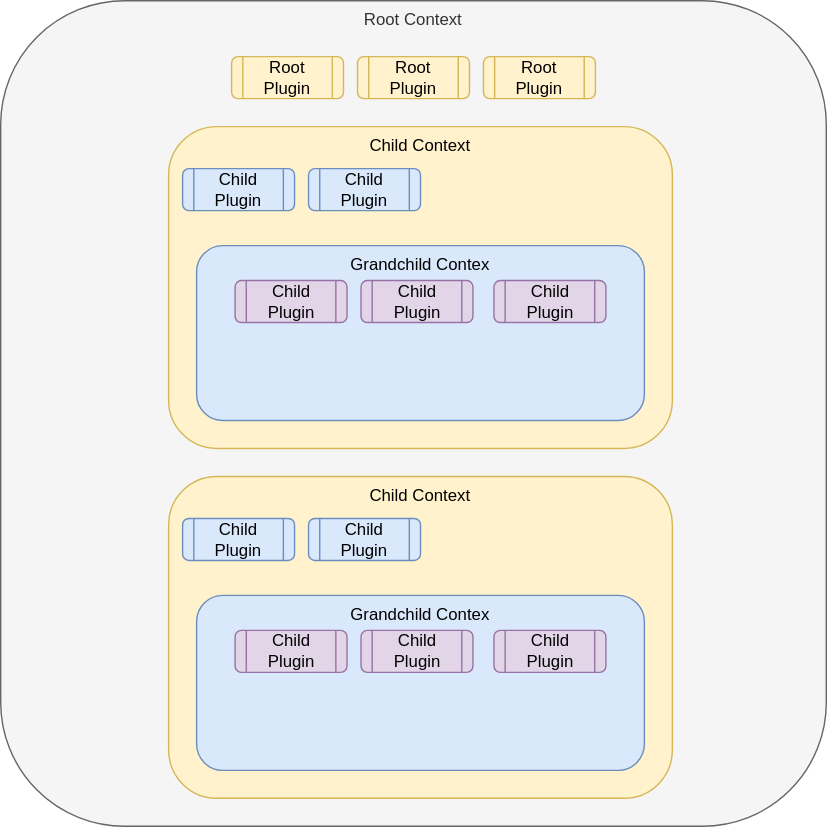
Earlier version of the draw.io export docs/resources/encapsulation_context.svg (Soufiane88216/Fastify). Source tidied: cells renumbered, new cells last; positions are measured from the earlier drawing's top-left corner, leaving out a move shared by most shapes. Source of this version:
```xml
<mxGraphModel>
  <root>
    <mxCell id="0" />
    <mxCell id="1" parent="0" />
    <mxCell id="2" value="Root Context" style="whiteSpace=wrap;html=1;fillColor=#f5f5f5;verticalAlign=top;rounded=1;strokeColor=#666666;fontColor=#333333;" parent="1" vertex="1">
      <mxGeometry width="590" height="590" as="geometry" />
    </mxCell>
    <mxCell id="3" value="Root Plugin" style="shape=process;whiteSpace=wrap;html=1;backgroundOutline=1;rounded=1;fillColor=#fff2cc;strokeColor=#d6b656;" parent="1" vertex="1">
      <mxGeometry x="165" y="40" width="80" height="30" as="geometry" />
    </mxCell>
    <mxCell id="4" value="Root Plugin" style="shape=process;whiteSpace=wrap;html=1;backgroundOutline=1;rounded=1;fillColor=#fff2cc;strokeColor=#d6b656;" parent="1" vertex="1">
      <mxGeometry x="255" y="40" width="80" height="30" as="geometry" />
    </mxCell>
    <mxCell id="5" value="Root Plugin" style="shape=process;whiteSpace=wrap;html=1;backgroundOutline=1;rounded=1;fillColor=#fff2cc;strokeColor=#d6b656;" parent="1" vertex="1">
      <mxGeometry x="345" y="40" width="80" height="30" as="geometry" />
    </mxCell>
    <mxCell id="6" style="group;" parent="1" vertex="1">
      <mxGeometry x="120" y="90" width="360" height="230" as="geometry" />
    </mxCell>
    <mxCell id="7" value="Child Context" style="rounded=1;whiteSpace=wrap;html=1;fillColor=#fff2cc;verticalAlign=top;strokeColor=#d6b656;" parent="6" vertex="1">
      <mxGeometry width="360" height="230" as="geometry" />
    </mxCell>
    <mxCell id="8" value="Child Plugin" style="shape=process;whiteSpace=wrap;html=1;backgroundOutline=1;rounded=1;fillColor=#dae8fc;strokeColor=#6c8ebf;" parent="6" vertex="1">
      <mxGeometry x="10" y="30" width="80" height="30" as="geometry" />
    </mxCell>
    <mxCell id="9" value="Child Plugin" style="shape=process;whiteSpace=wrap;html=1;backgroundOutline=1;rounded=1;fillColor=#dae8fc;strokeColor=#6c8ebf;" parent="6" vertex="1">
      <mxGeometry x="100" y="30" width="80" height="30" as="geometry" />
    </mxCell>
    <mxCell id="10" value="Grandchild Contex" style="rounded=1;whiteSpace=wrap;html=1;fillColor=#dae8fc;verticalAlign=top;strokeColor=#6c8ebf;" parent="6" vertex="1">
      <mxGeometry x="20" y="85" width="320" height="125" as="geometry" />
    </mxCell>
    <mxCell id="11" value="Child Plugin" style="shape=process;whiteSpace=wrap;html=1;backgroundOutline=1;rounded=1;fillColor=#e1d5e7;strokeColor=#9673a6;" parent="6" vertex="1">
      <mxGeometry x="47.5" y="110" width="80" height="30" as="geometry" />
    </mxCell>
    <mxCell id="12" value="Child Plugin" style="shape=process;whiteSpace=wrap;html=1;backgroundOutline=1;rounded=1;fillColor=#e1d5e7;strokeColor=#9673a6;" parent="6" vertex="1">
      <mxGeometry x="137.5" y="110" width="80" height="30" as="geometry" />
    </mxCell>
    <mxCell id="13" value="Child Plugin" style="shape=process;whiteSpace=wrap;html=1;backgroundOutline=1;rounded=1;fillColor=#e1d5e7;strokeColor=#9673a6;" parent="6" vertex="1">
      <mxGeometry x="232.5" y="110" width="80" height="30" as="geometry" />
    </mxCell>
    <mxCell id="14" style="group;" parent="1" vertex="1">
      <mxGeometry x="120" y="340" width="360" height="230" as="geometry" />
    </mxCell>
    <mxCell id="15" value="Child Context" style="rounded=1;whiteSpace=wrap;html=1;fillColor=#fff2cc;verticalAlign=top;strokeColor=#d6b656;" parent="14" vertex="1">
      <mxGeometry width="360" height="230" as="geometry" />
    </mxCell>
    <mxCell id="16" value="Child Plugin" style="shape=process;whiteSpace=wrap;html=1;backgroundOutline=1;rounded=1;fillColor=#dae8fc;strokeColor=#6c8ebf;" parent="14" vertex="1">
      <mxGeometry x="10" y="30" width="80" height="30" as="geometry" />
    </mxCell>
    <mxCell id="17" value="Child Plugin" style="shape=process;whiteSpace=wrap;html=1;backgroundOutline=1;rounded=1;fillColor=#dae8fc;strokeColor=#6c8ebf;" parent="14" vertex="1">
      <mxGeometry x="100" y="30" width="80" height="30" as="geometry" />
    </mxCell>
    <mxCell id="18" value="Grandchild Contex" style="rounded=1;whiteSpace=wrap;html=1;fillColor=#dae8fc;verticalAlign=top;strokeColor=#6c8ebf;" parent="14" vertex="1">
      <mxGeometry x="20" y="85" width="320" height="125" as="geometry" />
    </mxCell>
    <mxCell id="19" value="Child Plugin" style="shape=process;whiteSpace=wrap;html=1;backgroundOutline=1;rounded=1;fillColor=#e1d5e7;strokeColor=#9673a6;" parent="14" vertex="1">
      <mxGeometry x="47.5" y="110" width="80" height="30" as="geometry" />
    </mxCell>
    <mxCell id="20" value="Child Plugin" style="shape=process;whiteSpace=wrap;html=1;backgroundOutline=1;rounded=1;fillColor=#e1d5e7;strokeColor=#9673a6;" parent="14" vertex="1">
      <mxGeometry x="137.5" y="110" width="80" height="30" as="geometry" />
    </mxCell>
    <mxCell id="21" value="Child Plugin" style="shape=process;whiteSpace=wrap;html=1;backgroundOutline=1;rounded=1;fillColor=#e1d5e7;strokeColor=#9673a6;" parent="14" vertex="1">
      <mxGeometry x="232.5" y="110" width="80" height="30" as="geometry" />
    </mxCell>
  </root>
</mxGraphModel>
```
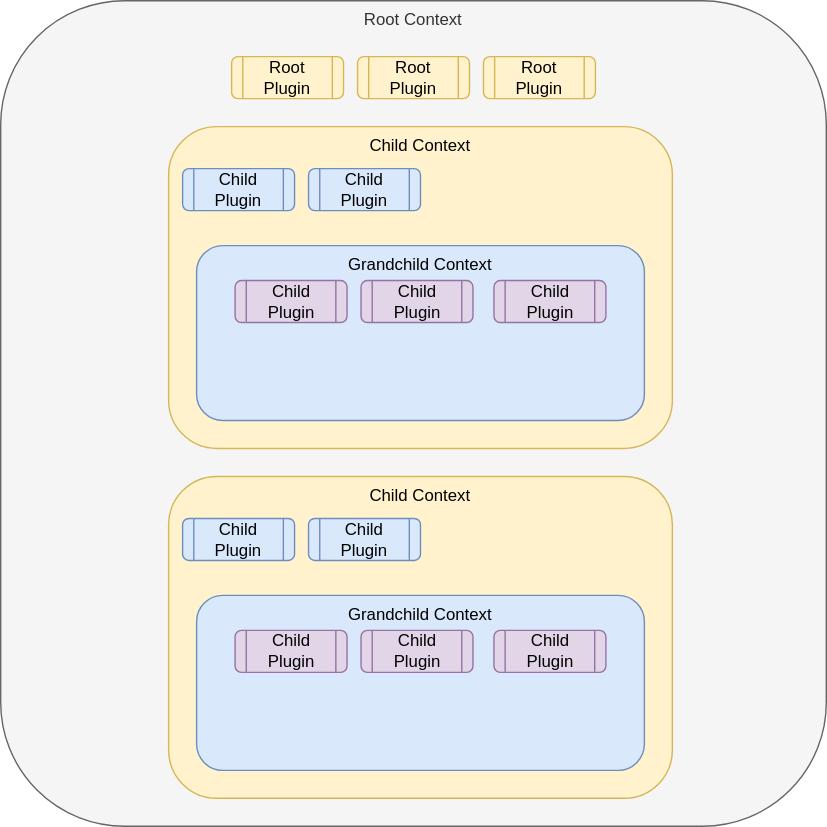
The same file after the commit.

Commit message:
Fix typo in encapsulation svg (#2725)

Change to the diagram source:
```diff
@@ -26,7 +26,7 @@
     <mxCell id="9" value="Child Plugin" style="shape=process;whiteSpace=wrap;html=1;backgroundOutline=1;rounded=1;fillColor=#dae8fc;strokeColor=#6c8ebf;" parent="6" vertex="1">
       <mxGeometry x="100" y="30" width="80" height="30" as="geometry" />
     </mxCell>
-    <mxCell id="10" value="Grandchild Contex" style="rounded=1;whiteSpace=wrap;html=1;fillColor=#dae8fc;verticalAlign=top;strokeColor=#6c8ebf;" parent="6" vertex="1">
+    <mxCell id="10" value="Grandchild Context" style="rounded=1;whiteSpace=wrap;html=1;fillColor=#dae8fc;verticalAlign=top;strokeColor=#6c8ebf;" parent="6" vertex="1">
       <mxGeometry x="20" y="85" width="320" height="125" as="geometry" />
     </mxCell>
     <mxCell id="11" value="Child Plugin" style="shape=process;whiteSpace=wrap;html=1;backgroundOutline=1;rounded=1;fillColor=#e1d5e7;strokeColor=#9673a6;" parent="6" vertex="1">
@@ -50,7 +50,7 @@
     <mxCell id="17" value="Child Plugin" style="shape=process;whiteSpace=wrap;html=1;backgroundOutline=1;rounded=1;fillColor=#dae8fc;strokeColor=#6c8ebf;" parent="14" vertex="1">
       <mxGeometry x="100" y="30" width="80" height="30" as="geometry" />
     </mxCell>
-    <mxCell id="18" value="Grandchild Contex" style="rounded=1;whiteSpace=wrap;html=1;fillColor=#dae8fc;verticalAlign=top;strokeColor=#6c8ebf;" parent="14" vertex="1">
+    <mxCell id="18" value="Grandchild Context" style="rounded=1;whiteSpace=wrap;html=1;fillColor=#dae8fc;verticalAlign=top;strokeColor=#6c8ebf;" parent="14" vertex="1">
       <mxGeometry x="20" y="85" width="320" height="125" as="geometry" />
     </mxCell>
     <mxCell id="19" value="Child Plugin" style="shape=process;whiteSpace=wrap;html=1;backgroundOutline=1;rounded=1;fillColor=#e1d5e7;strokeColor=#9673a6;" parent="14" vertex="1">
```
